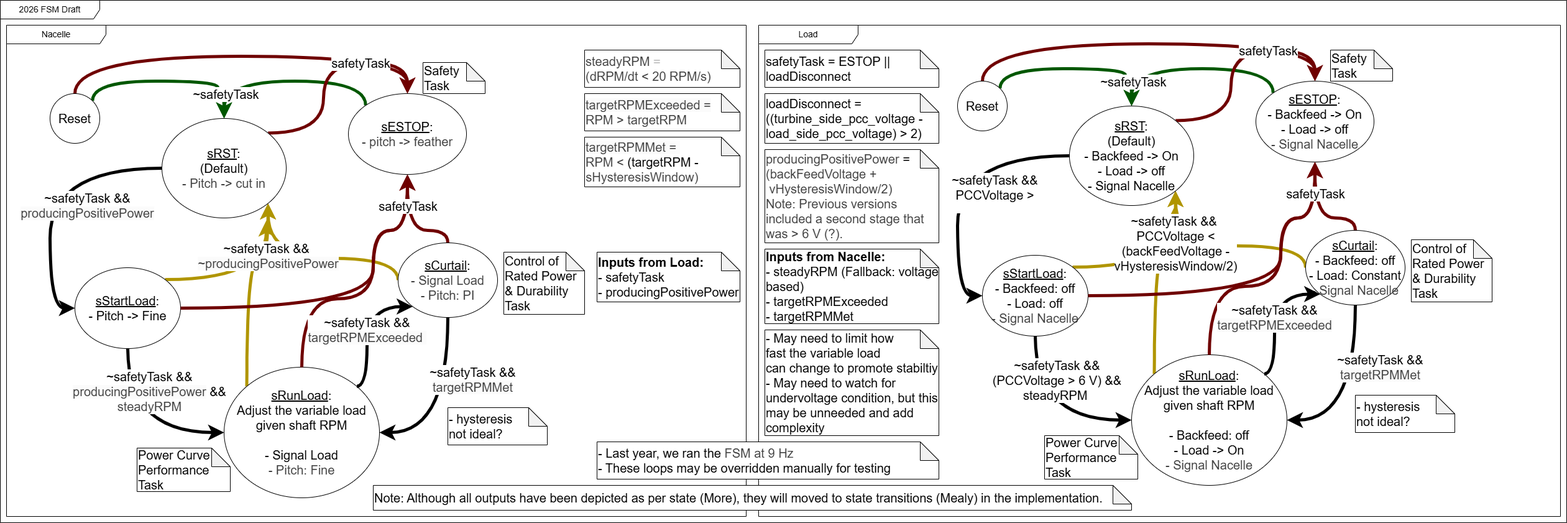
BobSaidHi/2026-Controls_Core keeps this draw.io diagram as docs/FSM2.png. Above is the earlier version. Source tidied: cells renumbered, new cells last; positions are measured from the earlier drawing's top-left corner, leaving out a move shared by most shapes.
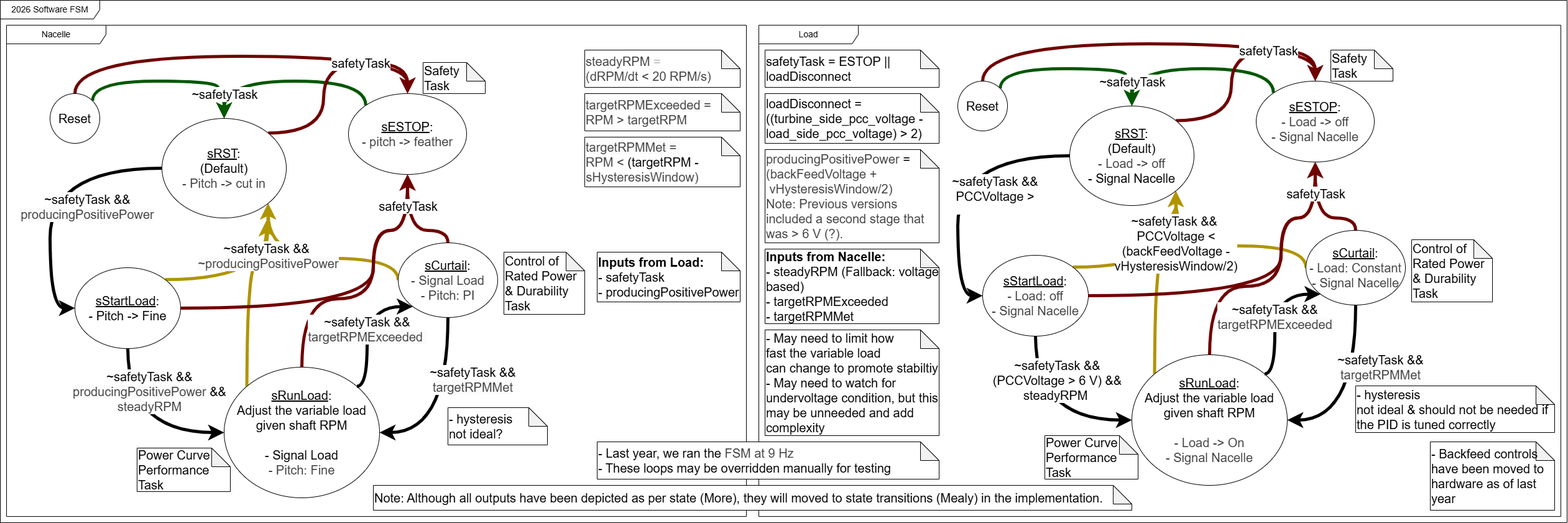
After the commit.

Change to the diagram source:
```diff
@@ -94,10 +94,10 @@
         <mxPoint x="62" y="-39" as="offset" />
       </mxGeometry>
     </mxCell>
-    <mxCell id="18" value="&lt;div&gt;&lt;font style=&quot;font-size: 20px;&quot;&gt;&lt;u&gt;sStartLoad&lt;/u&gt;:&lt;/font&gt;&lt;/div&gt;&lt;div&gt;&lt;div style=&quot;scrollbar-color: rgb(75, 75, 75) rgb(27, 29, 30);&quot;&gt;&lt;font style=&quot;font-size: 20px;&quot;&gt;- Backfeed: off&lt;/font&gt;&lt;/div&gt;&lt;div style=&quot;scrollbar-color: rgb(75, 75, 75) rgb(27, 29, 30);&quot;&gt;&lt;font style=&quot;font-size: 20px;&quot;&gt;- Load: off&lt;/font&gt;&lt;/div&gt;&lt;div style=&quot;scrollbar-color: rgb(75, 75, 75) rgb(27, 29, 30);&quot;&gt;&lt;span style=&quot;color: rgb(63, 63, 63); font-size: 20px;&quot;&gt;- Signal Nacelle&lt;/span&gt;&lt;/div&gt;&lt;/div&gt;" style="ellipse;whiteSpace=wrap;html=1;fontSize=14;" parent="3" vertex="1">
+    <mxCell id="18" value="&lt;div&gt;&lt;font style=&quot;font-size: 20px;&quot;&gt;&lt;u&gt;sStartLoad&lt;/u&gt;:&lt;/font&gt;&lt;/div&gt;&lt;div&gt;&lt;div style=&quot;scrollbar-color: rgb(75, 75, 75) rgb(27, 29, 30);&quot;&gt;&lt;span style=&quot;color: rgb(63, 63, 63); font-size: 20px; background-color: transparent;&quot;&gt;- Load: off&lt;/span&gt;&lt;/div&gt;&lt;div style=&quot;scrollbar-color: rgb(75, 75, 75) rgb(27, 29, 30);&quot;&gt;&lt;span style=&quot;color: rgb(63, 63, 63); font-size: 20px;&quot;&gt;- Signal Nacelle&lt;/span&gt;&lt;/div&gt;&lt;/div&gt;" style="ellipse;whiteSpace=wrap;html=1;fontSize=14;" parent="3" vertex="1">
       <mxGeometry x="360" y="370" width="170" height="130" as="geometry" />
     </mxCell>
-    <mxCell id="19" value="&lt;div&gt;&lt;font style=&quot;font-size: 20px;&quot;&gt;&lt;u&gt;sRunLoad&lt;/u&gt;:&lt;/font&gt;&lt;/div&gt;&lt;div&gt;&lt;font style=&quot;font-size: 20px;&quot;&gt;&lt;span&gt;Adjust the variable load&lt;/span&gt;&lt;/font&gt;&lt;/div&gt;&lt;div&gt;&lt;font style=&quot;font-size: 20px;&quot;&gt;&lt;font&gt;&lt;span&gt;given&amp;nbsp;&lt;/span&gt;&lt;/font&gt;&lt;span style=&quot;background-color: transparent;&quot;&gt;&lt;font&gt;shaft RPM&lt;/font&gt;&lt;/span&gt;&lt;/font&gt;&lt;/div&gt;&lt;div&gt;&lt;font style=&quot;font-size: 20px;&quot;&gt;&lt;span&gt;&lt;br&gt;&lt;/span&gt;&lt;/font&gt;&lt;/div&gt;&lt;div&gt;&lt;font style=&quot;font-size: 20px;&quot;&gt;- Backfeed: off&lt;/font&gt;&lt;/div&gt;&lt;div&gt;&lt;font style=&quot;font-size: 20px;&quot;&gt;- Load -&amp;gt; On&lt;/font&gt;&lt;/div&gt;&lt;div&gt;&lt;span style=&quot;color: rgb(63, 63, 63); font-size: 20px;&quot;&gt;- Signal Nacelle&lt;/span&gt;&lt;/div&gt;" style="ellipse;whiteSpace=wrap;html=1;fontSize=14;" parent="3" vertex="1">
+    <mxCell id="19" value="&lt;div&gt;&lt;font style=&quot;font-size: 20px;&quot;&gt;&lt;u&gt;sRunLoad&lt;/u&gt;:&lt;/font&gt;&lt;/div&gt;&lt;div&gt;&lt;font style=&quot;font-size: 20px;&quot;&gt;&lt;span&gt;Adjust the variable load&lt;/span&gt;&lt;/font&gt;&lt;/div&gt;&lt;div&gt;&lt;font style=&quot;font-size: 20px;&quot;&gt;&lt;font&gt;&lt;span&gt;given&amp;nbsp;&lt;/span&gt;&lt;/font&gt;&lt;span style=&quot;background-color: transparent;&quot;&gt;&lt;font&gt;shaft RPM&lt;/font&gt;&lt;/span&gt;&lt;/font&gt;&lt;/div&gt;&lt;div&gt;&lt;font style=&quot;font-size: 20px;&quot;&gt;&lt;span&gt;&lt;br&gt;&lt;/span&gt;&lt;/font&gt;&lt;/div&gt;&lt;div&gt;&lt;span style=&quot;color: rgb(63, 63, 63); font-size: 20px; background-color: transparent;&quot;&gt;- Load -&amp;gt; On&lt;/span&gt;&lt;/div&gt;&lt;div&gt;&lt;span style=&quot;color: rgb(63, 63, 63); font-size: 20px;&quot;&gt;- Signal Nacelle&lt;/span&gt;&lt;/div&gt;" style="ellipse;whiteSpace=wrap;html=1;fontSize=14;" parent="3" vertex="1">
       <mxGeometry x="600" y="530" width="250" height="210" as="geometry" />
     </mxCell>
     <mxCell id="20" value="&lt;div&gt;&lt;font style=&quot;font-size: 20px;&quot;&gt;&lt;span&gt;~safetyTask &amp;amp;&amp;amp;&lt;/span&gt;&lt;/font&gt;&lt;/div&gt;&lt;font style=&quot;font-size: 20px;&quot;&gt;(PCCVoltage &amp;gt;&amp;nbsp;&lt;span&gt;6 V) &amp;amp;&amp;amp;&lt;/span&gt;&lt;/font&gt;&lt;div&gt;&lt;font style=&quot;font-size: 20px;&quot;&gt;&lt;span&gt;steadyRPM&lt;/span&gt;&lt;/font&gt;&lt;span style=&quot;color: rgb(192, 192, 192); font-size: 20px; background-color: light-dark(#ffffff, var(--ge-dark-color, #121212));&quot;&gt;&amp;nbsp;&lt;/span&gt;&lt;/div&gt;" style="edgeStyle=orthogonalEdgeStyle;html=1;exitX=0.5;exitY=1;exitDx=0;exitDy=0;entryX=0;entryY=0.5;entryDx=0;entryDy=0;curved=1;fontSize=14;endSize=10;startSize=10;strokeWidth=5;" parent="3" edge="1" source="18" target="19">
@@ -105,10 +105,10 @@
         <mxPoint y="1" as="offset" />
       </mxGeometry>
     </mxCell>
-    <mxCell id="21" value="&lt;span style=&quot;background-color: transparent; text-align: center;&quot;&gt;&lt;font style=&quot;font-size: 20px;&quot;&gt;- hysteresis&lt;/font&gt;&lt;/span&gt;&lt;div&gt;&lt;span style=&quot;background-color: transparent; text-align: center;&quot;&gt;&lt;font style=&quot;font-size: 20px;&quot;&gt;not ideal?&lt;/font&gt;&lt;/span&gt;&lt;/div&gt;" style="shape=note;whiteSpace=wrap;html=1;backgroundOutline=1;darkOpacity=0.05;align=left;fontSize=14;" parent="3" vertex="1">
-      <mxGeometry x="960" y="595" width="160" height="60" as="geometry" />
+    <mxCell id="21" value="&lt;span style=&quot;background-color: transparent; text-align: center;&quot;&gt;&lt;font style=&quot;font-size: 20px;&quot;&gt;- hysteresis&lt;/font&gt;&lt;/span&gt;&lt;div&gt;&lt;span style=&quot;background-color: transparent; text-align: center;&quot;&gt;&lt;font style=&quot;font-size: 20px;&quot;&gt;not ideal &amp;amp; should not be needed if the PID is tuned correctly&lt;/font&gt;&lt;/span&gt;&lt;/div&gt;" style="shape=note;whiteSpace=wrap;html=1;backgroundOutline=1;darkOpacity=0.05;align=left;fontSize=14;" parent="3" vertex="1">
+      <mxGeometry x="960" y="580" width="320" height="75" as="geometry" />
     </mxCell>
-    <mxCell id="22" value="&lt;div&gt;&lt;font style=&quot;font-size: 20px;&quot;&gt;&lt;u&gt;sESTOP&lt;/u&gt;:&lt;/font&gt;&lt;/div&gt;&lt;div&gt;&lt;font style=&quot;font-size: 20px;&quot;&gt;&lt;div style=&quot;scrollbar-color: rgb(75, 75, 75) rgb(27, 29, 30);&quot;&gt;&lt;font style=&quot;scrollbar-color: rgb(75, 75, 75) rgb(27, 29, 30);&quot;&gt;- Backfeed -&amp;gt; On&lt;/font&gt;&lt;/div&gt;&lt;div style=&quot;scrollbar-color: rgb(75, 75, 75) rgb(27, 29, 30);&quot;&gt;&lt;font style=&quot;scrollbar-color: rgb(75, 75, 75) rgb(27, 29, 30);&quot;&gt;- Load -&amp;gt; off&lt;/font&gt;&lt;/div&gt;&lt;/font&gt;&lt;/div&gt;&lt;div&gt;&lt;span style=&quot;color: rgb(63, 63, 63); font-size: 20px;&quot;&gt;- Signal Nacelle&lt;/span&gt;&lt;/div&gt;" style="ellipse;whiteSpace=wrap;html=1;fontSize=14;" parent="3" vertex="1">
+    <mxCell id="22" value="&lt;div&gt;&lt;font style=&quot;font-size: 20px;&quot;&gt;&lt;u&gt;sESTOP&lt;/u&gt;:&lt;/font&gt;&lt;/div&gt;&lt;div&gt;&lt;font style=&quot;font-size: 20px;&quot;&gt;&lt;div style=&quot;scrollbar-color: rgb(75, 75, 75) rgb(27, 29, 30);&quot;&gt;&lt;span style=&quot;color: rgb(63, 63, 63); background-color: transparent;&quot;&gt;- Load -&amp;gt; off&lt;/span&gt;&lt;/div&gt;&lt;/font&gt;&lt;/div&gt;&lt;div&gt;&lt;span style=&quot;color: rgb(63, 63, 63); font-size: 20px;&quot;&gt;- Signal Nacelle&lt;/span&gt;&lt;/div&gt;" style="ellipse;whiteSpace=wrap;html=1;fontSize=14;" parent="3" vertex="1">
       <mxGeometry x="800" y="90" width="190" height="130" as="geometry" />
     </mxCell>
     <mxCell id="23" style="edgeStyle=orthogonalEdgeStyle;html=1;exitX=0.5;exitY=0;exitDx=0;exitDy=0;entryX=0.5;entryY=1;entryDx=0;entryDy=0;curved=1;fillColor=#a20025;strokeColor=#6F0000;fontSize=14;endSize=10;startSize=10;strokeWidth=5;" parent="3" edge="1" source="19" target="22">
@@ -135,7 +135,7 @@
         <mxPoint x="12" y="-24" as="offset" />
       </mxGeometry>
     </mxCell>
-    <mxCell id="26" value="&lt;div&gt;&lt;font style=&quot;font-size: 20px;&quot;&gt;&lt;u&gt;sCurtail&lt;/u&gt;:&lt;/font&gt;&lt;/div&gt;&lt;div&gt;&lt;div style=&quot;scrollbar-color: rgb(75, 75, 75) rgb(27, 29, 30);&quot;&gt;&lt;font style=&quot;scrollbar-color: rgb(75, 75, 75) rgb(27, 29, 30); font-size: 20px;&quot;&gt;- Backfeed: off&lt;/font&gt;&lt;/div&gt;&lt;div style=&quot;scrollbar-color: rgb(75, 75, 75) rgb(27, 29, 30);&quot;&gt;&lt;font style=&quot;scrollbar-color: rgb(75, 75, 75) rgb(27, 29, 30); font-size: 20px;&quot;&gt;- Load: Constant&lt;/font&gt;&lt;/div&gt;&lt;div style=&quot;scrollbar-color: rgb(75, 75, 75) rgb(27, 29, 30);&quot;&gt;&lt;span style=&quot;color: rgb(63, 63, 63); font-size: 20px;&quot;&gt;- Signal Nacelle&lt;/span&gt;&lt;/div&gt;&lt;/div&gt;" style="ellipse;whiteSpace=wrap;html=1;fontSize=14;" parent="3" vertex="1">
+    <mxCell id="26" value="&lt;div&gt;&lt;font style=&quot;font-size: 20px;&quot;&gt;&lt;u&gt;sCurtail&lt;/u&gt;:&lt;/font&gt;&lt;/div&gt;&lt;div&gt;&lt;div style=&quot;scrollbar-color: rgb(75, 75, 75) rgb(27, 29, 30);&quot;&gt;&lt;span style=&quot;color: rgb(63, 63, 63); font-size: 20px; background-color: transparent;&quot;&gt;- Load: Constant&lt;/span&gt;&lt;/div&gt;&lt;div style=&quot;scrollbar-color: rgb(75, 75, 75) rgb(27, 29, 30);&quot;&gt;&lt;span style=&quot;color: rgb(63, 63, 63); font-size: 20px;&quot;&gt;- Signal Nacelle&lt;/span&gt;&lt;/div&gt;&lt;/div&gt;" style="ellipse;whiteSpace=wrap;html=1;fontSize=14;" parent="3" vertex="1">
       <mxGeometry x="880" y="330" width="160" height="120" as="geometry" />
     </mxCell>
     <mxCell id="27" value="&lt;div&gt;&lt;font style=&quot;font-size: 20px;&quot;&gt;~safetyTask &amp;amp;&amp;amp;&lt;/font&gt;&lt;/div&gt;&lt;span style=&quot;color: rgb(63, 63, 63); font-size: 20px; text-align: left; text-wrap-mode: wrap; background-color: rgb(251, 251, 251);&quot;&gt;targetRPMExceeded&lt;/span&gt;" style="edgeStyle=orthogonalEdgeStyle;html=1;exitX=1;exitY=0;exitDx=0;exitDy=0;entryX=0;entryY=1;entryDx=0;entryDy=0;curved=1;fontSize=14;endSize=10;startSize=10;strokeWidth=5;" parent="3" edge="1" source="19" target="26">
@@ -149,7 +149,7 @@
     <mxCell id="28" value="&lt;font style=&quot;font-size: 20px;&quot;&gt;~safetyTask &amp;amp;&amp;amp;&lt;/font&gt;&lt;div&gt;&lt;span style=&quot;color: rgb(63, 63, 63); font-size: 20px; text-align: left; text-wrap-mode: wrap; background-color: rgb(251, 251, 251);&quot;&gt;targetRPMMet&lt;/span&gt;&lt;/div&gt;" style="edgeStyle=orthogonalEdgeStyle;html=1;exitX=0.5;exitY=1;exitDx=0;exitDy=0;entryX=1;entryY=0.5;entryDx=0;entryDy=0;curved=1;fontSize=14;endSize=10;startSize=10;strokeWidth=5;" parent="3" edge="1" source="26" target="19">
       <mxGeometry x="-0.32" y="40" relative="1" as="geometry" />
     </mxCell>
-    <mxCell id="29" value="&lt;div&gt;&lt;font style=&quot;font-size: 20px;&quot;&gt;&lt;u&gt;sRST&lt;/u&gt;:&lt;/font&gt;&lt;/div&gt;&lt;div&gt;&lt;font style=&quot;font-size: 20px;&quot;&gt;(Default)&lt;/font&gt;&lt;/div&gt;&lt;div&gt;&lt;font style=&quot;font-size: 20px;&quot;&gt;- Backfeed -&amp;gt; On&lt;/font&gt;&lt;/div&gt;&lt;div&gt;&lt;font style=&quot;font-size: 20px;&quot;&gt;- Load -&amp;gt; off&lt;/font&gt;&lt;/div&gt;&lt;div&gt;&lt;font style=&quot;font-size: 20px;&quot;&gt;- Signal Nacelle&lt;/font&gt;&lt;/div&gt;" style="ellipse;whiteSpace=wrap;html=1;fontSize=14;" parent="3" vertex="1">
+    <mxCell id="29" value="&lt;div&gt;&lt;font style=&quot;font-size: 20px;&quot;&gt;&lt;u&gt;sRST&lt;/u&gt;:&lt;/font&gt;&lt;/div&gt;&lt;div&gt;&lt;font style=&quot;font-size: 20px;&quot;&gt;(Default)&lt;/font&gt;&lt;/div&gt;&lt;div&gt;&lt;span style=&quot;color: rgb(63, 63, 63); font-size: 20px; background-color: transparent;&quot;&gt;- Load -&amp;gt; off&lt;/span&gt;&lt;/div&gt;&lt;div&gt;&lt;font style=&quot;font-size: 20px;&quot;&gt;- Signal Nacelle&lt;/font&gt;&lt;/div&gt;" style="ellipse;whiteSpace=wrap;html=1;fontSize=14;" parent="3" vertex="1">
       <mxGeometry x="500" y="130" width="200" height="160" as="geometry" />
     </mxCell>
     <mxCell id="30" value="&lt;font style=&quot;font-size: 20px;&quot;&gt;&lt;span&gt;~safetyTask &amp;amp;&amp;amp;&lt;/span&gt;&lt;/font&gt;&lt;div&gt;&lt;font style=&quot;font-size: 20px;&quot;&gt;PCCVoltage &amp;gt;&lt;/font&gt;&lt;div&gt;&lt;br&gt;&lt;/div&gt;&lt;/div&gt;" style="edgeStyle=orthogonalEdgeStyle;html=1;exitX=0;exitY=0.5;exitDx=0;exitDy=0;entryX=0;entryY=0.5;entryDx=0;entryDy=0;curved=1;fontSize=14;endSize=10;startSize=10;strokeWidth=5;" parent="3" edge="1" source="29" target="18">
@@ -336,7 +336,7 @@
     <mxCell id="65" value="&lt;div&gt;&lt;span style=&quot;font-size: 20px;&quot;&gt;&lt;b&gt;Inputs from Load:&lt;/b&gt;&lt;/span&gt;&lt;/div&gt;&lt;span style=&quot;font-size: 20px;&quot;&gt;- safetyTask&lt;/span&gt;&lt;div&gt;&lt;span style=&quot;font-size: 20px;&quot;&gt;- producingPositivePower&lt;/span&gt;&lt;/div&gt;" style="shape=note;whiteSpace=wrap;html=1;backgroundOutline=1;darkOpacity=0.05;align=left;fontSize=14;" parent="1" vertex="1">
       <mxGeometry x="960" y="405" width="230" height="80" as="geometry" />
     </mxCell>
-    <mxCell id="66" value="&lt;font&gt;2026 FSM Draft&lt;/font&gt;" style="shape=umlFrame;whiteSpace=wrap;html=1;width=160;fontSize=14;" parent="1" vertex="1">
+    <mxCell id="66" value="&lt;font&gt;2026 Software FSM&lt;/font&gt;" style="shape=umlFrame;whiteSpace=wrap;html=1;width=160;fontSize=14;" parent="1" vertex="1">
       <mxGeometry width="2520" height="840" as="geometry" />
     </mxCell>
     <mxCell id="67" value="&lt;font&gt;Note: Although all&amp;nbsp;&lt;span style=&quot;background-color: transparent;&quot;&gt;&lt;font&gt;outputs&amp;nbsp;&lt;/font&gt;&lt;/span&gt;&lt;/font&gt;&lt;span style=&quot;background-color: transparent;&quot;&gt;have been&amp;nbsp;&lt;/span&gt;&lt;span style=&quot;background-color: transparent;&quot;&gt;depicted as per state (More), they will moved to state transitions (Mealy) in the implementation.&lt;/span&gt;" style="shape=note;whiteSpace=wrap;html=1;backgroundOutline=1;darkOpacity=0.05;align=left;fontSize=20;" parent="1" vertex="1">
@@ -354,5 +354,8 @@
     <mxCell id="71" value="&lt;font style=&quot;font-size: 20px;&quot;&gt;- Last year, we ran the&amp;nbsp;&lt;/font&gt;&lt;span style=&quot;color: rgb(63, 63, 63); font-size: 20px; background-color: transparent;&quot;&gt;FSM at 9 Hz&lt;/span&gt;&lt;div&gt;&lt;div&gt;&lt;font style=&quot;font-size: 20px;&quot;&gt;- These loops may be overridden manually for testing&lt;/font&gt;&lt;/div&gt;&lt;/div&gt;" style="shape=note;whiteSpace=wrap;html=1;backgroundOutline=1;darkOpacity=0.05;align=left;fontSize=14;" parent="1" vertex="1">
       <mxGeometry x="960" y="710" width="550" height="60" as="geometry" />
     </mxCell>
+    <mxCell id="72" value="- Backfeed controls have been moved to hardware as of last year" style="shape=note;whiteSpace=wrap;html=1;backgroundOutline=1;darkOpacity=0.05;align=left;fontSize=20;" parent="1" vertex="1">
+      <mxGeometry x="2300" y="710" width="200" height="110" as="geometry" />
+    </mxCell>
   </root>
 </mxGraphModel>
```
